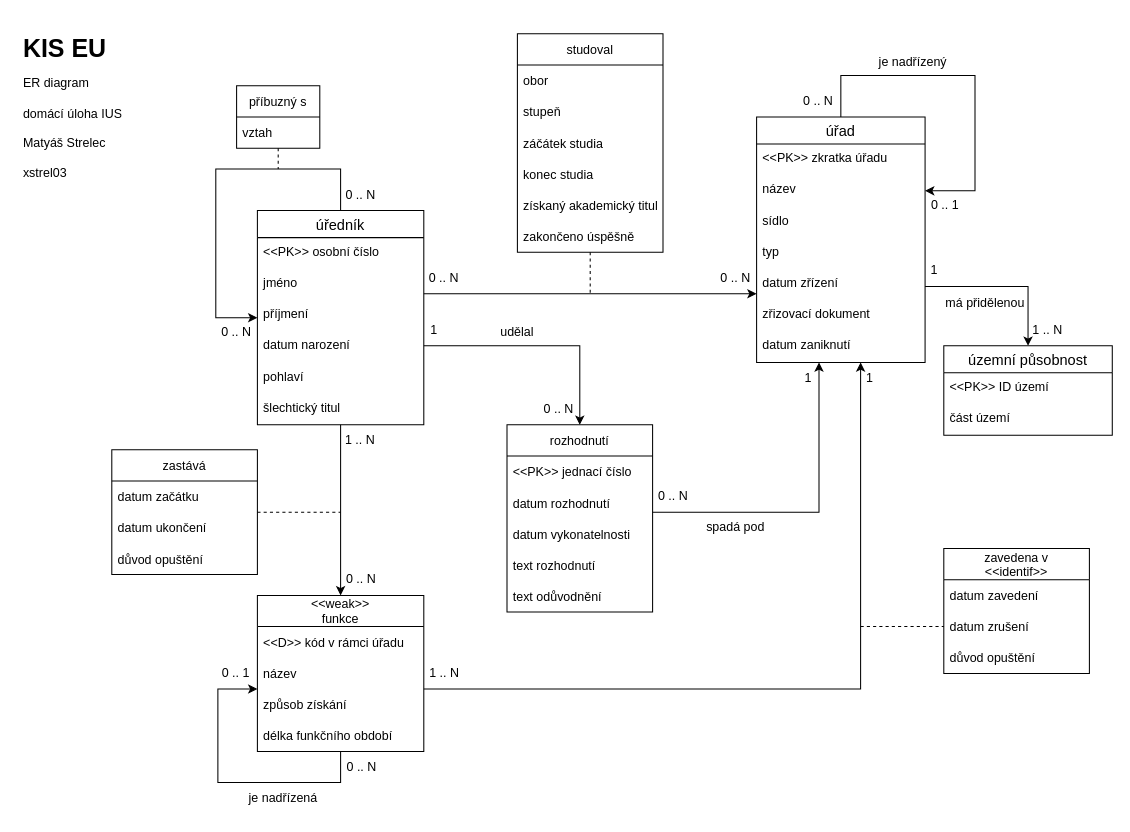
mstrlc/ius-homework keeps this draw.io diagram as kiseu.drawio. Above is the earlier version. Source tidied: cells renumbered, new cells numbered last; positions are measured from the earlier drawing's top-left corner, leaving out a move shared by most shapes. Both pictures are drawn from the tidied source at 104%, with x=0, y=0 at pixel (18, 28).
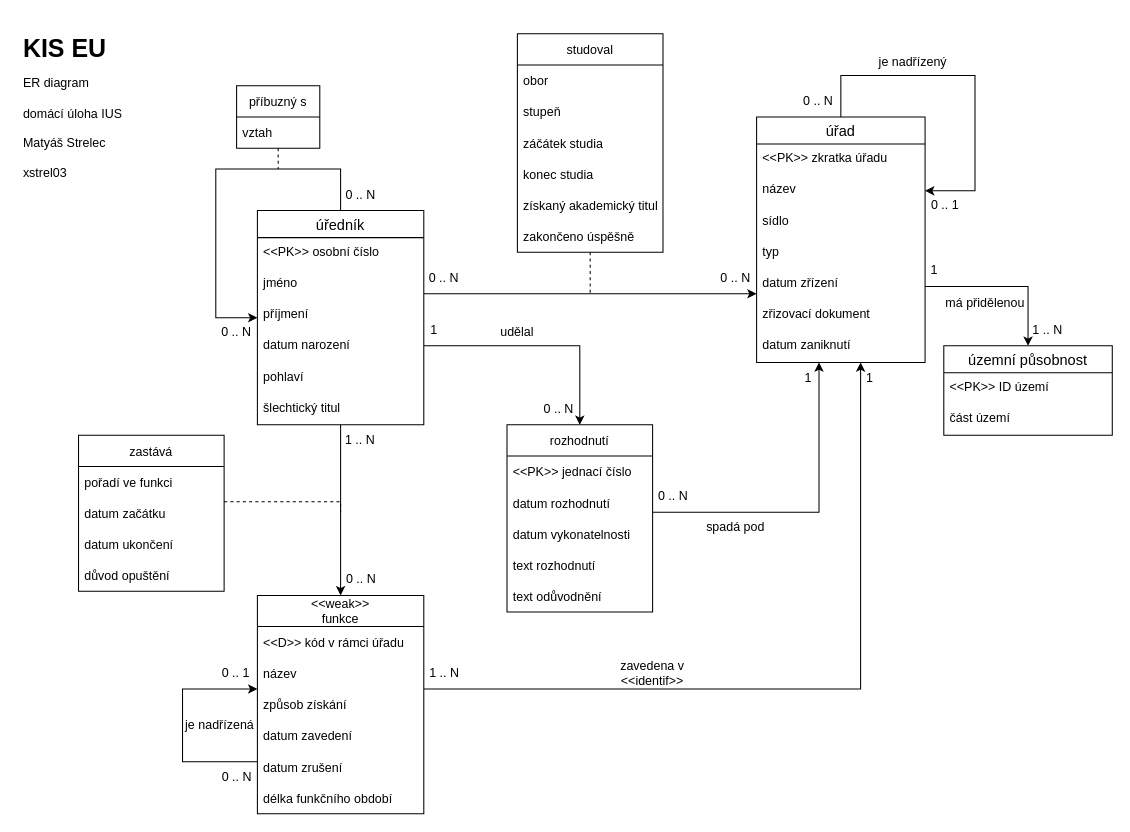
After the change.

Unchanged cells that the change refers to:
```xml
<mxCell id="39" value="způsob získání" style="text;strokeColor=none;fillColor=none;align=left;verticalAlign=middle;spacingLeft=4;spacingRight=4;overflow=hidden;points=[[0,0.5],[1,0.5]];portConstraint=eastwest;fontFamily=Helvetica;" parent="36" vertex="1">
  <mxGeometry y="90" width="160" height="30" as="geometry" />
</mxCell>
```

Diff of the diagram source:
```diff
@@
     <mxCell id="36" value="&lt;&lt;weak&gt;&gt;&#10;funkce" style="swimlane;fontStyle=0;horizontal=1;startSize=30;fontFamily=Helvetica;" parent="1" vertex="1">
-      <mxGeometry x="230" y="545" width="160" height="150" as="geometry" />
+      <mxGeometry x="230" y="545" width="160" height="210" as="geometry" />
     </mxCell>
@@
+    <mxCell id="81" value="datum zavedení" style="text;strokeColor=none;fillColor=none;align=left;verticalAlign=middle;spacingLeft=4;spacingRight=4;overflow=hidden;fontFamily=Helvetica;" parent="36" vertex="1">
+      <mxGeometry y="120" width="160" height="30" as="geometry" />
+    </mxCell>
+    <mxCell id="82" value="datum zrušení" style="text;strokeColor=none;fillColor=none;align=left;verticalAlign=middle;spacingLeft=4;spacingRight=4;overflow=hidden;points=[[0,0.5],[1,0.5]];portConstraint=eastwest;fontFamily=Helvetica;" parent="36" vertex="1">
+      <mxGeometry y="150" width="160" height="30" as="geometry" />
+    </mxCell>
     <mxCell id="40" value="délka funkčního období" style="text;strokeColor=none;fillColor=none;align=left;verticalAlign=middle;spacingLeft=4;spacingRight=4;overflow=hidden;fontFamily=Helvetica;" parent="36" vertex="1">
-      <mxGeometry y="120" width="160" height="30" as="geometry" />
+      <mxGeometry y="180" width="160" height="30" as="geometry" />
     </mxCell>
     <mxCell id="41" style="edgeStyle=orthogonalEdgeStyle;rounded=0;jettySize=auto;html=1;" parent="36" edge="1" source="36" target="39">
       <mxGeometry relative="1" as="geometry">
         <Array as="points">
-          <mxPoint x="80" y="180" />
-          <mxPoint x="-38" y="180" />
-          <mxPoint x="-38" y="90" />
+          <mxPoint x="-72" y="160" />
+          <mxPoint x="-72" y="90" />
         </Array>
       </mxGeometry>
     </mxCell>
@@
     <mxCell id="51" style="edgeStyle=orthogonalEdgeStyle;rounded=0;jettySize=auto;html=1;fontFamily=Helvetica;endArrow=none;endFill=0;strokeColor=default;dashed=1;" parent="1" edge="1" source="52">
       <mxGeometry relative="1" as="geometry">
         <mxPoint x="310" y="465" as="targetPoint" />
+        <Array as="points">
+          <mxPoint x="310" y="455" />
+        </Array>
       </mxGeometry>
     </mxCell>
     <mxCell id="52" value="zastává" style="swimlane;fontStyle=0;horizontal=1;startSize=30;fontFamily=Helvetica;" parent="1" vertex="1">
-      <mxGeometry x="90" y="405" width="140" height="120" as="geometry" />
+      <mxGeometry x="58" y="391" width="140" height="150" as="geometry" />
     </mxCell>
-    <mxCell id="53" value="datum začátku" style="text;strokeColor=none;fillColor=none;align=left;verticalAlign=middle;spacingLeft=4;spacingRight=4;overflow=hidden;fontFamily=Helvetica;" parent="52" vertex="1">
+    <mxCell id="53" value="pořadí ve funkci" style="text;strokeColor=none;fillColor=none;align=left;verticalAlign=middle;spacingLeft=4;spacingRight=4;overflow=hidden;fontFamily=Helvetica;" parent="52" vertex="1">
       <mxGeometry y="30" width="140" height="30" as="geometry" />
     </mxCell>
+    <mxCell id="85" value="datum začátku" style="text;strokeColor=none;fillColor=none;align=left;verticalAlign=middle;spacingLeft=4;spacingRight=4;overflow=hidden;fontFamily=Helvetica;" parent="52" vertex="1">
+      <mxGeometry y="60" width="140" height="30" as="geometry" />
+    </mxCell>
     <mxCell id="54" value="datum ukončení" style="text;strokeColor=none;fillColor=none;align=left;verticalAlign=middle;spacingLeft=4;spacingRight=4;overflow=hidden;fontFamily=Helvetica;" parent="52" vertex="1">
-      <mxGeometry y="60" width="140" height="30" as="geometry" />
+      <mxGeometry y="90" width="140" height="30" as="geometry" />
     </mxCell>
     <mxCell id="55" value="důvod opuštění" style="text;strokeColor=none;fillColor=none;align=left;verticalAlign=middle;spacingLeft=4;spacingRight=4;overflow=hidden;fontFamily=Helvetica;" parent="52" vertex="1">
-      <mxGeometry y="90" width="140" height="30" as="geometry" />
+      <mxGeometry y="120" width="140" height="30" as="geometry" />
     </mxCell>
@@
     <mxCell id="77" value="je nadřízená" style="text;html=1;strokeColor=none;fillColor=none;align=center;verticalAlign=middle;whiteSpace=wrap;rounded=0;fontFamily=Helvetica;" parent="1" vertex="1">
-      <mxGeometry x="220" y="725" width="70" height="30" as="geometry" />
+      <mxGeometry x="159" y="655" width="70" height="30" as="geometry" />
     </mxCell>
     <mxCell id="78" value="0 .. N" style="text;html=1;strokeColor=none;fillColor=none;align=center;verticalAlign=middle;whiteSpace=wrap;rounded=0;" parent="1" vertex="1">
-      <mxGeometry x="311" y="695" width="39" height="30" as="geometry" />
+      <mxGeometry x="191" y="705" width="39" height="30" as="geometry" />
     </mxCell>
@@
-    <mxCell id="80" value="zavedena v&#10;&lt;&lt;identif&gt;&gt;" style="swimlane;fontStyle=0;horizontal=1;startSize=30;fontFamily=Helvetica;" parent="1" vertex="1">
-      <mxGeometry x="890" y="500" width="140" height="120" as="geometry" />
-    </mxCell>
-    <mxCell id="81" value="datum zavedení" style="text;strokeColor=none;fillColor=none;align=left;verticalAlign=middle;spacingLeft=4;spacingRight=4;overflow=hidden;fontFamily=Helvetica;" parent="80" vertex="1">
-      <mxGeometry y="30" width="140" height="30" as="geometry" />
-    </mxCell>
-    <mxCell id="82" value="datum zrušení" style="text;strokeColor=none;fillColor=none;align=left;verticalAlign=middle;spacingLeft=4;spacingRight=4;overflow=hidden;points=[[0,0.5],[1,0.5]];portConstraint=eastwest;fontFamily=Helvetica;" parent="80" vertex="1">
-      <mxGeometry y="60" width="140" height="30" as="geometry" />
-    </mxCell>
-    <mxCell id="83" value="důvod opuštění" style="text;strokeColor=none;fillColor=none;align=left;verticalAlign=middle;spacingLeft=4;spacingRight=4;overflow=hidden;fontFamily=Helvetica;" parent="80" vertex="1">
-      <mxGeometry y="90" width="140" height="30" as="geometry" />
-    </mxCell>
-    <mxCell id="84" style="endArrow=none;dashed=1;html=1;rounded=0;elbow=vertical;entryX=0;entryY=0.5;entryDx=0;entryDy=0;" parent="1" edge="1" target="82">
-      <mxGeometry relative="1" as="geometry">
-        <mxPoint x="810" y="575" as="sourcePoint" />
-      </mxGeometry>
-    </mxCell>
+    <mxCell id="86" value="&lt;span&gt;zavedena v&lt;/span&gt;&lt;br style=&quot;padding: 0px ; margin: 0px&quot;&gt;&lt;span&gt;&amp;lt;&amp;lt;identif&amp;gt;&amp;gt;&lt;/span&gt;" style="text;html=1;strokeColor=none;fillColor=none;align=center;verticalAlign=middle;whiteSpace=wrap;rounded=0;fontFamily=Helvetica;" parent="1" vertex="1">
+      <mxGeometry x="560" y="605" width="100" height="30" as="geometry" />
+    </mxCell>
```
